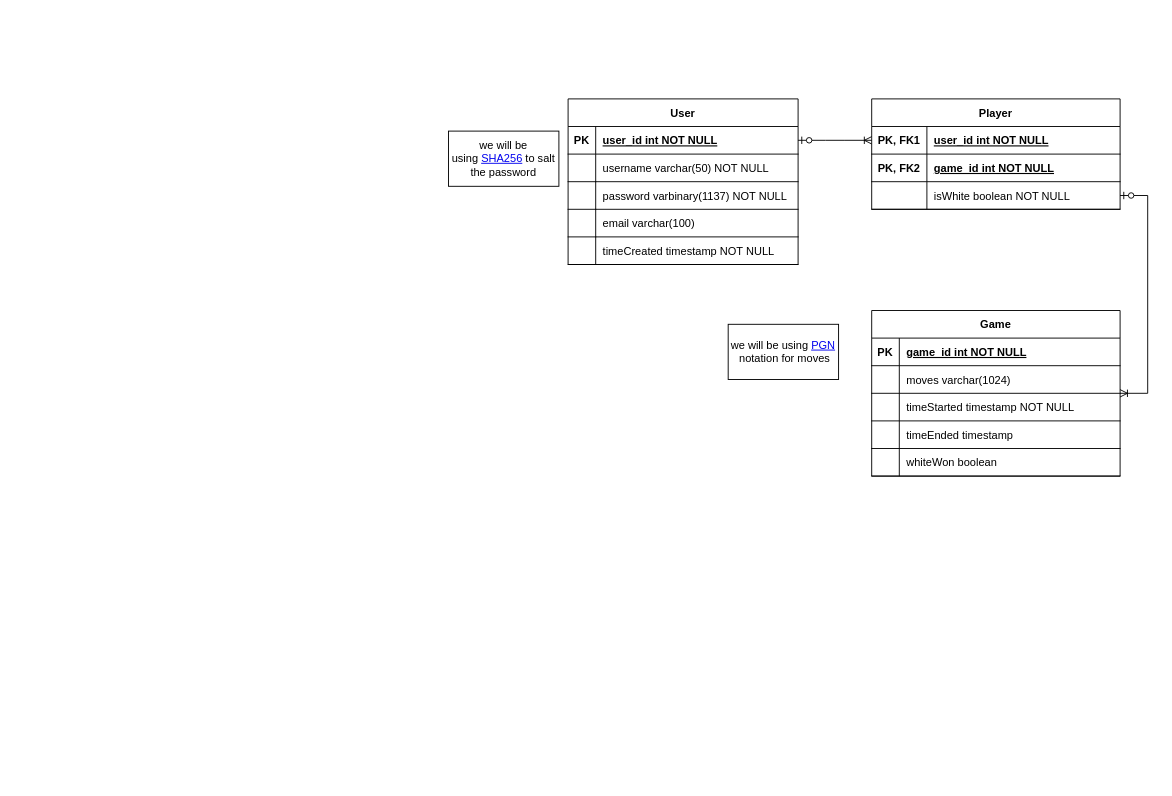
Above: public/nea/Designed SQL.drawio in Ultrasonic1209/chess-app-frontend (draw.io), before the change. Source tidied: cells renumbered, new cells numbered last; positions are measured from the earlier drawing's top-left corner, leaving out a move shared by most shapes. Both pictures are drawn from the tidied source at 92%, with x=0, y=0 at pixel (448, 98).
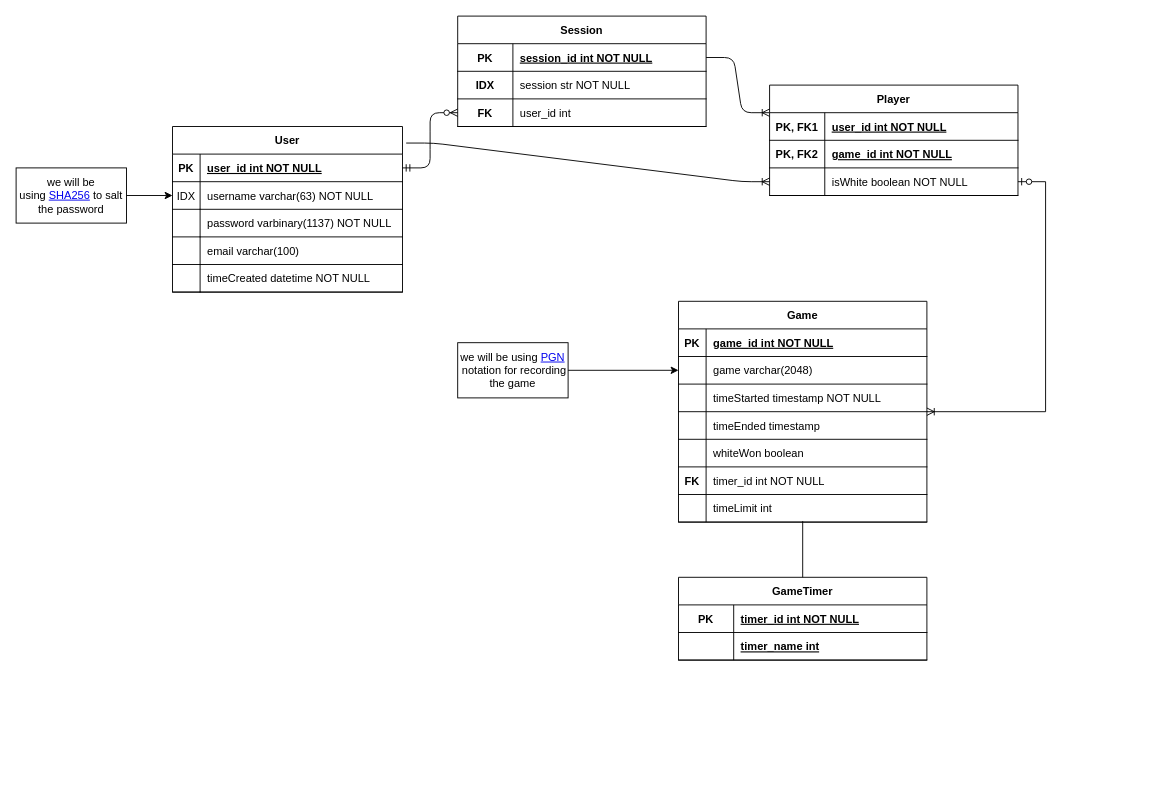
After the change.

Unchanged cells that the change refers to:
```xml
<mxCell id="3" style="shape=partialRectangle;fillColor=none;points=[[0,0.5],[1,0.5]];portConstraint=eastwest;top=0;left=0;right=0;bottom=1;" parent="2" vertex="1">
  <mxGeometry y="30" width="270" height="30" as="geometry" />
</mxCell>
<mxCell id="9" style="shape=partialRectangle;fillColor=none;points=[[0,0.5],[1,0.5]];portConstraint=eastwest;top=0;left=0;right=0;bottom=1;" parent="2" vertex="1">
  <mxGeometry y="90" width="270" height="30" as="geometry" />
</mxCell>
<mxCell id="13" style="shape=partialRectangle;fillColor=none;points=[[0,0.5],[1,0.5]];portConstraint=eastwest;top=0;left=0;right=0;bottom=1;" parent="12" vertex="1">
  <mxGeometry y="30" width="250" height="30" as="geometry" />
</mxCell>
<mxCell id="16" style="shape=partialRectangle;fillColor=none;points=[[0,0.5],[1,0.5]];portConstraint=eastwest;top=0;left=0;right=0;bottom=0;" parent="12" vertex="1">
  <mxGeometry y="60" width="250" height="30" as="geometry" />
</mxCell>
<mxCell id="25" style="shape=partialRectangle;fillColor=none;top=0;left=0;right=0;bottom=0;" parent="12" vertex="1">
  <mxGeometry y="150" width="250" height="30" as="geometry" />
</mxCell>
<mxCell id="33" style="shape=partialRectangle;fillColor=none;points=[[0,0.5],[1,0.5]];portConstraint=eastwest;top=0;left=0;right=0;bottom=1;" parent="29" vertex="1">
  <mxGeometry y="60" width="270" height="30" as="geometry" />
</mxCell>
```

The edit, as a diff of the source:
```diff
@@
     <mxCell id="2" value="Player" style="shape=table;startSize=30;childLayout=tableLayout;rowLines=0;fontStyle=1;align=center;" parent="1" vertex="1">
-      <mxGeometry x="460" width="270" height="120" as="geometry" />
+      <mxGeometry x="349" y="-15" width="270" height="120" as="geometry" />
     </mxCell>
@@
     <mxCell id="12" value="User" style="shape=table;startSize=30;childLayout=tableLayout;rowLines=0;fontStyle=1;align=center;" parent="1" vertex="1">
-      <mxGeometry x="130" width="250" height="180" as="geometry" />
+      <mxGeometry x="-300" y="30" width="250" height="180" as="geometry" />
     </mxCell>
@@
-    <mxCell id="17" style="shape=partialRectangle;overflow=hidden;fillColor=none;top=0;left=0;bottom=1;right=0;" parent="16" vertex="1">
+    <mxCell id="17" value="IDX" style="shape=partialRectangle;overflow=hidden;fillColor=none;top=0;left=0;bottom=1;right=0;" parent="16" vertex="1">
       <mxGeometry width="30" height="30" as="geometry" />
     </mxCell>
-    <mxCell id="18" value="username varchar(50) NOT NULL" style="shape=partialRectangle;overflow=hidden;fillColor=none;top=0;left=0;bottom=1;right=0;align=left;spacingLeft=6;" parent="16" vertex="1">
+    <mxCell id="18" value="username varchar(63) NOT NULL" style="shape=partialRectangle;overflow=hidden;fillColor=none;top=0;left=0;bottom=1;right=0;align=left;spacingLeft=6;" parent="16" vertex="1">
       <mxGeometry x="30" width="220" height="30" as="geometry" />
     </mxCell>
@@
-    <mxCell id="27" value="timeCreated timestamp NOT NULL" style="shape=partialRectangle;overflow=hidden;fillColor=none;top=0;left=0;bottom=1;right=0;align=left;spacingLeft=6;" parent="25" vertex="1">
+    <mxCell id="27" value="timeCreated datetime NOT NULL" style="shape=partialRectangle;overflow=hidden;fillColor=none;top=0;left=0;bottom=1;right=0;align=left;spacingLeft=6;" parent="25" vertex="1">
       <mxGeometry x="30" width="220" height="30" as="geometry" />
     </mxCell>
     <mxCell id="28" value="we will be using&amp;nbsp;&lt;a href=&quot;https://mariadb.com/kb/en/sha2/&quot;&gt;SHA256&lt;/a&gt;&amp;nbsp;to salt the password" style="rounded=0;whiteSpace=wrap;html=1;" parent="1" vertex="1">
-      <mxGeometry y="35" width="120" height="60" as="geometry" />
+      <mxGeometry x="-470" y="75" width="120" height="60" as="geometry" />
     </mxCell>
     <mxCell id="29" value="Game" style="shape=table;startSize=30;childLayout=tableLayout;rowLines=0;fontStyle=1;align=center;" parent="1" vertex="1">
-      <mxGeometry x="460" y="230" width="270" height="180" as="geometry" />
+      <mxGeometry x="250" y="220" width="270" height="240" as="geometry" />
     </mxCell>
@@
-    <mxCell id="35" value="moves varchar(1024)" style="shape=partialRectangle;overflow=hidden;fillColor=none;top=0;left=0;bottom=0;right=0;align=left;spacingLeft=6;fontStyle=0;" parent="33" vertex="1">
+    <mxCell id="35" value="game varchar(2048)" style="shape=partialRectangle;overflow=hidden;fillColor=none;top=0;left=0;bottom=0;right=0;align=left;spacingLeft=6;fontStyle=0;" parent="33" vertex="1">
       <mxGeometry x="30" width="240" height="30" as="geometry" />
     </mxCell>
@@
+    <mxCell id="48" style="shape=partialRectangle;fillColor=none;top=0;left=0;right=0;bottom=1;" parent="29" vertex="1">
+      <mxGeometry y="180" width="270" height="30" as="geometry" />
+    </mxCell>
+    <mxCell id="49" value="FK" style="shape=partialRectangle;overflow=hidden;fillColor=none;top=0;left=0;bottom=0;right=0;fontStyle=1;" parent="48" vertex="1">
+      <mxGeometry width="30" height="30" as="geometry" />
+    </mxCell>
+    <mxCell id="50" value="timer_id int NOT NULL" style="shape=partialRectangle;overflow=hidden;fillColor=none;top=0;left=0;bottom=0;right=0;align=left;spacingLeft=6;fontStyle=0;" parent="48" vertex="1">
+      <mxGeometry x="30" width="240" height="30" as="geometry" />
+    </mxCell>
+    <mxCell id="51" style="shape=partialRectangle;fillColor=none;points=[[0,0.5],[1,0.5]];portConstraint=eastwest;top=0;left=0;right=0;bottom=1;" parent="29" vertex="1">
+      <mxGeometry y="210" width="270" height="30" as="geometry" />
+    </mxCell>
+    <mxCell id="52" style="shape=partialRectangle;overflow=hidden;fillColor=none;top=0;left=0;bottom=0;right=0;fontStyle=1;" parent="51" vertex="1">
+      <mxGeometry width="30" height="30" as="geometry" />
+    </mxCell>
+    <mxCell id="53" value="timeLimit int" style="shape=partialRectangle;overflow=hidden;fillColor=none;top=0;left=0;bottom=0;right=0;align=left;spacingLeft=6;fontStyle=0;" parent="51" vertex="1">
+      <mxGeometry x="30" width="240" height="30" as="geometry" />
+    </mxCell>
@@
-    <mxCell id="46" style="edgeStyle=entityRelationEdgeStyle;fontSize=12;html=1;endArrow=ERoneToMany;startArrow=ERzeroToOne;rounded=0;exitX=1;exitY=0.5;exitDx=0;exitDy=0;entryX=0;entryY=0.5;entryDx=0;entryDy=0;" parent="1" edge="1" source="13" target="3">
-      <mxGeometry relative="1" as="geometry" />
-    </mxCell>
-    <mxCell id="47" value="we will be using &lt;a href=&quot;https://en.wikipedia.org/wiki/Portable_Game_Notation&quot;&gt;PGN&lt;/a&gt;&lt;br&gt;&amp;nbsp;notation for moves" style="rounded=0;whiteSpace=wrap;html=1;" parent="1" vertex="1">
-      <mxGeometry x="304" y="245" width="120" height="60" as="geometry" />
+    <mxCell id="47" value="we will be using &lt;a href=&quot;https://en.wikipedia.org/wiki/Portable_Game_Notation&quot;&gt;PGN&lt;/a&gt;&lt;br&gt;&amp;nbsp;notation for recording the game" style="rounded=0;whiteSpace=wrap;html=1;" parent="1" vertex="1">
+      <mxGeometry x="10" y="265" width="120" height="60" as="geometry" />
     </mxCell>
+    <mxCell id="54" style="endArrow=classic;html=1;entryX=0;entryY=0.5;entryDx=0;entryDy=0;exitX=1;exitY=0.5;exitDx=0;exitDy=0;" parent="1" edge="1" source="47" target="33">
+      <mxGeometry relative="1" as="geometry" />
+    </mxCell>
+    <mxCell id="55" value="GameTimer" style="shape=table;startSize=30;childLayout=tableLayout;rowLines=0;fontStyle=1;align=center;" parent="1" vertex="1">
+      <mxGeometry x="250" y="520" width="270" height="90" as="geometry" />
+    </mxCell>
+    <mxCell id="56" style="shape=partialRectangle;fillColor=none;top=0;left=0;right=0;bottom=1;" parent="55" vertex="1">
+      <mxGeometry y="30" width="270" height="30" as="geometry" />
+    </mxCell>
+    <mxCell id="57" value="PK" style="shape=partialRectangle;overflow=hidden;fillColor=none;top=0;left=0;bottom=0;right=0;fontStyle=1;" parent="56" vertex="1">
+      <mxGeometry width="60" height="30" as="geometry" />
+    </mxCell>
+    <mxCell id="58" value="timer_id int NOT NULL " style="shape=partialRectangle;overflow=hidden;fillColor=none;top=0;left=0;bottom=0;right=0;align=left;spacingLeft=6;fontStyle=5;" parent="56" vertex="1">
+      <mxGeometry x="60" width="210" height="30" as="geometry" />
+    </mxCell>
+    <mxCell id="59" style="shape=partialRectangle;fillColor=none;top=0;left=0;right=0;bottom=1;" parent="55" vertex="1">
+      <mxGeometry y="60" width="270" height="30" as="geometry" />
+    </mxCell>
+    <mxCell id="60" style="shape=partialRectangle;overflow=hidden;fillColor=none;top=0;left=0;bottom=0;right=0;fontStyle=1;" parent="59" vertex="1">
+      <mxGeometry width="60" height="30" as="geometry" />
+    </mxCell>
+    <mxCell id="61" value="timer_name int" style="shape=partialRectangle;overflow=hidden;fillColor=none;top=0;left=0;bottom=0;right=0;align=left;spacingLeft=6;fontStyle=5;" parent="59" vertex="1">
+      <mxGeometry x="60" width="210" height="30" as="geometry" />
+    </mxCell>
+    <mxCell id="62" style="shape=partialRectangle;overflow=hidden;fillColor=none;top=0;left=0;bottom=0;right=0;fontStyle=1;" parent="1" vertex="1">
+      <mxGeometry x="289" y="710" width="60" height="30" as="geometry" />
+    </mxCell>
+    <mxCell id="63" style="shape=partialRectangle;overflow=hidden;fillColor=none;top=0;left=0;bottom=0;right=0;align=left;spacingLeft=6;fontStyle=0;" parent="1" vertex="1">
+      <mxGeometry x="349" y="710" width="151" height="30" as="geometry" />
+    </mxCell>
+    <mxCell id="64" style="endArrow=none;html=1;entryX=0.5;entryY=0.967;entryDx=0;entryDy=0;exitX=0.5;exitY=0;exitDx=0;exitDy=0;entryPerimeter=0;" parent="1" edge="1" source="55" target="51">
+      <mxGeometry relative="1" as="geometry" />
+    </mxCell>
+    <mxCell id="65" style="endArrow=classic;html=1;entryX=0;entryY=0.5;entryDx=0;entryDy=0;exitX=1;exitY=0.5;exitDx=0;exitDy=0;" parent="1" edge="1" source="28" target="16">
+      <mxGeometry relative="1" as="geometry" />
+    </mxCell>
+    <mxCell id="66" value="Session" style="shape=table;startSize=30;childLayout=tableLayout;rowLines=0;fontStyle=1;align=center;" parent="1" vertex="1">
+      <mxGeometry x="10" y="-90" width="270" height="120" as="geometry" />
+    </mxCell>
+    <mxCell id="67" style="shape=partialRectangle;fillColor=none;points=[[0,0.5],[1,0.5]];portConstraint=eastwest;top=0;left=0;right=0;bottom=1;" parent="66" vertex="1">
+      <mxGeometry y="30" width="270" height="30" as="geometry" />
+    </mxCell>
+    <mxCell id="68" value="PK" style="shape=partialRectangle;overflow=hidden;fillColor=none;top=0;left=0;bottom=0;right=0;fontStyle=1;" parent="67" vertex="1">
+      <mxGeometry width="60" height="30" as="geometry" />
+    </mxCell>
+    <mxCell id="69" value="session_id int NOT NULL " style="shape=partialRectangle;overflow=hidden;fillColor=none;top=0;left=0;bottom=0;right=0;align=left;spacingLeft=6;fontStyle=5;" parent="67" vertex="1">
+      <mxGeometry x="60" width="210" height="30" as="geometry" />
+    </mxCell>
+    <mxCell id="70" style="shape=partialRectangle;fillColor=none;top=0;left=0;right=0;bottom=1;" parent="66" vertex="1">
+      <mxGeometry y="60" width="270" height="30" as="geometry" />
+    </mxCell>
+    <mxCell id="71" value="IDX" style="shape=partialRectangle;overflow=hidden;fillColor=none;top=0;left=0;bottom=0;right=0;fontStyle=1;" parent="70" vertex="1">
+      <mxGeometry width="60" height="30" as="geometry" />
+    </mxCell>
+    <mxCell id="72" value="session str NOT NULL" style="shape=partialRectangle;overflow=hidden;fillColor=none;top=0;left=0;bottom=0;right=0;align=left;spacingLeft=6;fontStyle=0;" parent="70" vertex="1">
+      <mxGeometry x="60" width="210" height="30" as="geometry" />
+    </mxCell>
+    <mxCell id="73" style="shape=partialRectangle;fillColor=none;points=[[0,0.5],[1,0.5]];portConstraint=eastwest;top=0;left=0;right=0;bottom=1;" parent="66" vertex="1">
+      <mxGeometry y="90" width="270" height="30" as="geometry" />
+    </mxCell>
+    <mxCell id="74" value="FK" style="shape=partialRectangle;overflow=hidden;fillColor=none;top=0;left=0;bottom=0;right=0;fontStyle=1;" parent="73" vertex="1">
+      <mxGeometry width="60" height="30" as="geometry" />
+    </mxCell>
+    <mxCell id="75" value="user_id int" style="shape=partialRectangle;overflow=hidden;fillColor=none;top=0;left=0;bottom=0;right=0;align=left;spacingLeft=6;fontStyle=0;" parent="73" vertex="1">
+      <mxGeometry x="60" width="210" height="30" as="geometry" />
+    </mxCell>
+    <mxCell id="76" style="edgeStyle=entityRelationEdgeStyle;fontSize=12;html=1;endArrow=ERzeroToMany;startArrow=ERmandOne;entryX=0;entryY=0.5;entryDx=0;entryDy=0;exitX=1;exitY=0.5;exitDx=0;exitDy=0;" parent="1" edge="1" source="13" target="73">
+      <mxGeometry relative="1" as="geometry" />
+    </mxCell>
+    <mxCell id="77" style="edgeStyle=entityRelationEdgeStyle;fontSize=12;html=1;endArrow=ERoneToMany;entryX=0;entryY=0.25;entryDx=0;entryDy=0;exitX=1;exitY=0.5;exitDx=0;exitDy=0;" parent="1" edge="1" source="67" target="2">
+      <mxGeometry relative="1" as="geometry" />
+    </mxCell>
+    <mxCell id="78" style="edgeStyle=entityRelationEdgeStyle;fontSize=12;html=1;endArrow=ERoneToMany;entryX=0;entryY=0.5;entryDx=0;entryDy=0;exitX=1.016;exitY=0.1;exitDx=0;exitDy=0;exitPerimeter=0;" parent="1" edge="1" source="12" target="9">
+      <mxGeometry relative="1" as="geometry" />
+    </mxCell>
```
